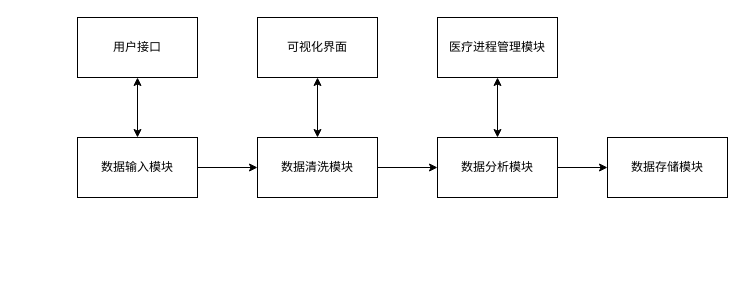
Earlier version of the draw.io diagram page "第 1 页" (1 of 2) of 医疗进程图.drawio (GGui20/yljc). Source tidied: cells renumbered, new cells numbered last; positions are measured from the earlier drawing's top-left corner, leaving out a move shared by most shapes. Both pictures are drawn from the tidied source at 100%, with x=0, y=0 at pixel (77, 17).
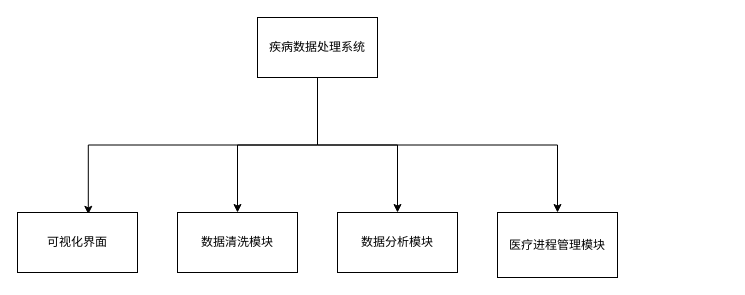
The same diagram, later.

Commit message:
更新医疗进程图.drawio

What changed in the source:
```diff
@@
 <mxGraphModel>
   <root>
     <mxCell id="0" />
     <mxCell id="1" parent="0" />
-    <mxCell id="2" style="edgeStyle=orthogonalEdgeStyle;rounded=0;jettySize=auto;html=1;" parent="1" edge="1" source="3" target="7">
-      <mxGeometry relative="1" as="geometry" />
-    </mxCell>
-    <mxCell id="3" value="数据输入模块" style="rounded=0;whiteSpace=wrap;html=1;" parent="1" vertex="1">
-      <mxGeometry y="120" width="120" height="60" as="geometry" />
-    </mxCell>
+    <mxCell id="15" style="edgeStyle=orthogonalEdgeStyle;rounded=0;jettySize=auto;html=1;entryX=0.59;entryY=0.03;entryDx=0;entryDy=0;entryPerimeter=0;exitX=0.5;exitY=1;exitDx=0;exitDy=0;" parent="1" edge="1" source="4" target="5">
+      <mxGeometry relative="1" as="geometry" />
+    </mxCell>
+    <mxCell id="16" style="edgeStyle=orthogonalEdgeStyle;rounded=0;jettySize=auto;html=1;exitX=0.5;exitY=1;exitDx=0;exitDy=0;" parent="1" edge="1" source="4" target="7">
+      <mxGeometry relative="1" as="geometry" />
+    </mxCell>
+    <mxCell id="17" style="edgeStyle=orthogonalEdgeStyle;rounded=0;jettySize=auto;html=1;exitX=0.5;exitY=1;exitDx=0;exitDy=0;" parent="1" edge="1" source="4" target="9">
+      <mxGeometry relative="1" as="geometry" />
+    </mxCell>
-    <mxCell id="4" value="用户接口" style="rounded=0;whiteSpace=wrap;html=1;" parent="1" vertex="1">
-      <mxGeometry width="120" height="60" as="geometry" />
+    <mxCell id="4" value="疾病数据处理系统" style="rounded=0;whiteSpace=wrap;html=1;" parent="1" vertex="1">
+      <mxGeometry x="180" width="120" height="60" as="geometry" />
     </mxCell>
     <mxCell id="5" value="可视化界面" style="rounded=0;whiteSpace=wrap;html=1;" parent="1" vertex="1">
-      <mxGeometry x="180" width="120" height="60" as="geometry" />
+      <mxGeometry x="-60" y="195" width="120" height="60" as="geometry" />
     </mxCell>
-    <mxCell id="6" style="edgeStyle=orthogonalEdgeStyle;rounded=0;jettySize=auto;html=1;" parent="1" edge="1" source="7" target="11">
+    <mxCell id="6" style="edgeStyle=orthogonalEdgeStyle;rounded=0;jettySize=auto;html=1;exitX=0.5;exitY=1;exitDx=0;exitDy=0;" parent="1" edge="1" source="4" target="11">
       <mxGeometry relative="1" as="geometry" />
     </mxCell>
     <mxCell id="7" value="数据清洗模块" style="rounded=0;whiteSpace=wrap;html=1;" parent="1" vertex="1">
-      <mxGeometry x="180" y="120" width="120" height="60" as="geometry" />
+      <mxGeometry x="100" y="195" width="120" height="60" as="geometry" />
     </mxCell>
-    <mxCell id="8" value="数据存储模块" style="rounded=0;whiteSpace=wrap;html=1;" parent="1" vertex="1">
-      <mxGeometry x="530" y="120" width="120" height="60" as="geometry" />
-    </mxCell>
     <mxCell id="9" value="医疗进程管理模块" style="rounded=0;whiteSpace=wrap;html=1;" parent="1" vertex="1">
-      <mxGeometry x="360" width="120" height="60" as="geometry" />
+      <mxGeometry x="420" y="195" width="120" height="65" as="geometry" />
     </mxCell>
-    <mxCell id="10" style="edgeStyle=orthogonalEdgeStyle;rounded=0;jettySize=auto;html=1;" parent="1" edge="1" source="11" target="8">
-      <mxGeometry relative="1" as="geometry" />
-    </mxCell>
     <mxCell id="11" value="数据分析模块" style="rounded=0;whiteSpace=wrap;html=1;" parent="1" vertex="1">
-      <mxGeometry x="360" y="120" width="120" height="60" as="geometry" />
+      <mxGeometry x="260" y="195" width="120" height="60" as="geometry" />
     </mxCell>
-    <mxCell id="12" style="endArrow=classic;startArrow=classic;html=1;rounded=0;entryX=0.5;entryY=1;entryDx=0;entryDy=0;exitX=0.5;exitY=0;exitDx=0;exitDy=0;" parent="1" edge="1" source="3" target="4">
-      <mxGeometry relative="1" as="geometry" />
-    </mxCell>
-    <mxCell id="13" style="endArrow=classic;startArrow=classic;html=1;rounded=0;entryX=0.5;entryY=1;entryDx=0;entryDy=0;exitX=0.5;exitY=0;exitDx=0;exitDy=0;" parent="1" edge="1" source="7" target="5">
-      <mxGeometry relative="1" as="geometry" />
-    </mxCell>
-    <mxCell id="14" style="endArrow=classic;startArrow=classic;html=1;rounded=0;entryX=0.5;entryY=1;entryDx=0;entryDy=0;exitX=0.5;exitY=0;exitDx=0;exitDy=0;" parent="1" edge="1" source="11" target="9">
-      <mxGeometry relative="1" as="geometry" />
-    </mxCell>
   </root>
 </mxGraphModel>
```
